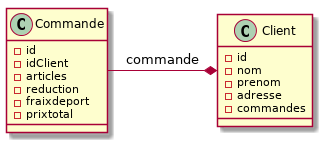
Yoanr/GestionBoutique keeps this PlantUML diagram as doc/class.png. Above is the earlier version.
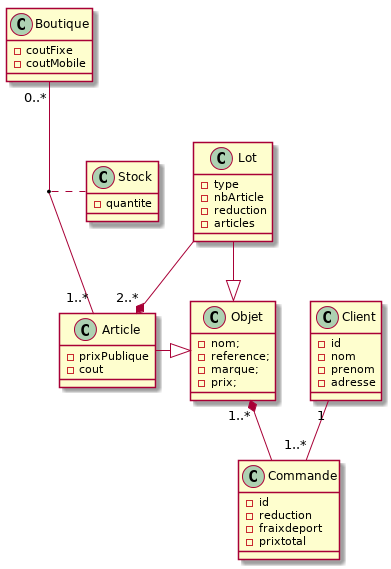
After the commit.

Diff of the diagram source:
```diff
@@ -5,19 +5,50 @@
 -nom
 -prenom
 -adresse
--commandes
 }
 
 class Commande {
 -id
--idClient
--articles
 -reduction
 -fraixdeport
 -prixtotal
 
 }
 
-Commande -* Client : commande
+class Article {
+-prixPublique
+-cout
+}
 
+
+class Boutique{
+-coutFixe
+-coutMobile
+}
+
+class Lot{
+-type
+-nbArticle
+-reduction
+-articles
+}
+class Objet{
+-nom;
+-reference;
+-marque;
+-prix;
+}
+
+class Stock{
+-quantite
+}
+
+Client "1" -- "1..*" Commande
+Article -|> Objet
+Lot -|> Objet
+Lot --* "2..*" Article
+Objet "1..*" *-- Commande
+
+Boutique "0..*" -- "1..*" Article
+(Boutique, Article) .. Stock
 @enduml
```
